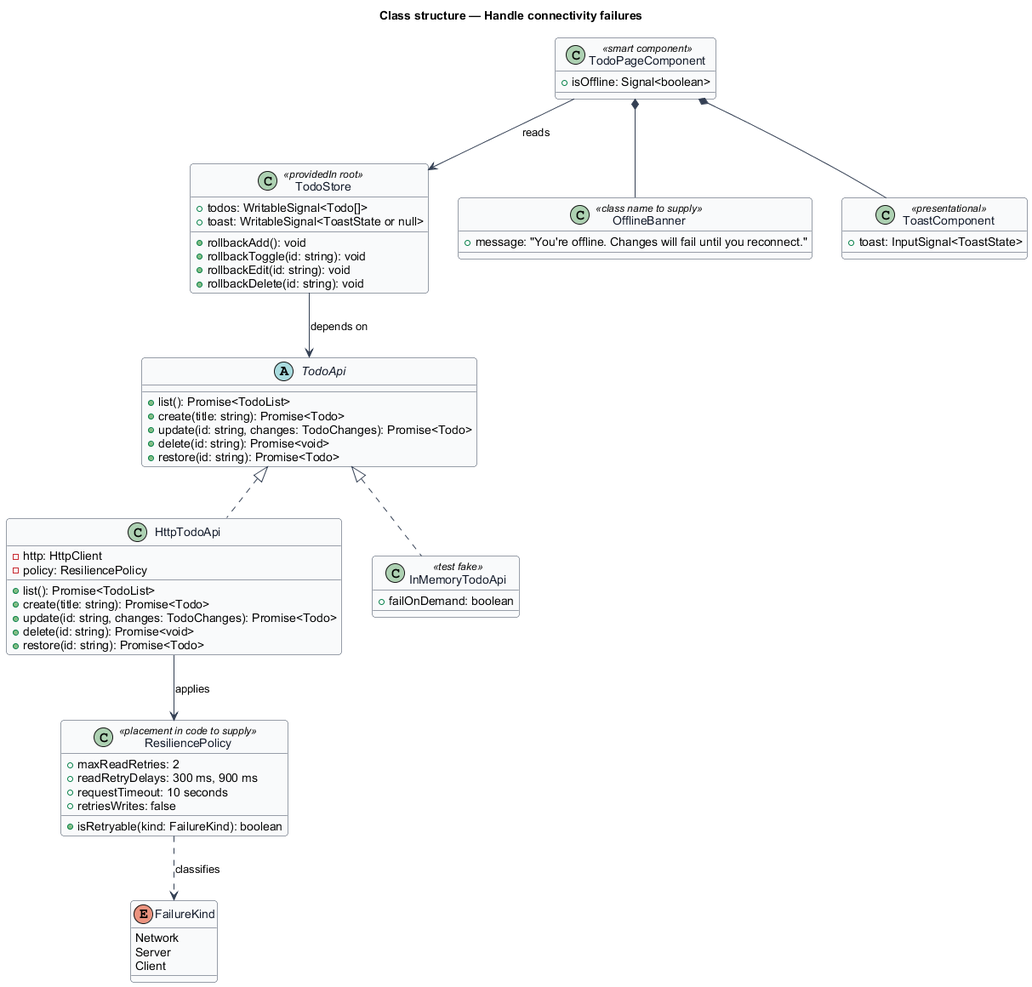
Earlier version of the PlantUML export docs/detailed-designs/interface/handle-connectivity-failures/diagrams/class-structure.png (QuinntyneBrown/php-todo-lab). Source of this version:
```plantuml
@startuml
skinparam backgroundColor #FFFFFF
skinparam shadowing false
skinparam roundcorner 8
skinparam defaultFontName Arial
skinparam ArrowColor #344054
skinparam class {
  BorderColor #344054
  FontColor #101828
  BackgroundColor #F9FAFB
}
title Class structure — Handle connectivity failures

enum FailureKind {
  Network
  Server
  Client
}

class ResiliencePolicy <<placement in code to supply>> {
  +maxReadRetries: 2
  +readRetryDelays: 300 ms, 900 ms
  +requestTimeout: 10 seconds
  +retriesWrites: false
  +isRetryable(kind: FailureKind): boolean
}

abstract class TodoApi {
  +list(): Promise<TodoList>
  +create(title: string): Promise<Todo>
  +update(id: string, changes: TodoChanges): Promise<Todo>
  +delete(id: string): Promise<void>
  +restore(id: string): Promise<Todo>
}

class HttpTodoApi {
  -http: HttpClient
  -policy: ResiliencePolicy
  +list(): Promise<TodoList>
  +create(title: string): Promise<Todo>
  +update(id: string, changes: TodoChanges): Promise<Todo>
  +delete(id: string): Promise<void>
  +restore(id: string): Promise<Todo>
}

class InMemoryTodoApi <<test fake>> {
  +failOnDemand: boolean
}

class TodoStore <<providedIn root>> {
  +todos: WritableSignal<Todo[]>
  +toast: WritableSignal<ToastState or null>
  +rollbackAdd(): void
  +rollbackToggle(id: string): void
  +rollbackEdit(id: string): void
  +rollbackDelete(id: string): void
}

class TodoPageComponent <<smart component>> {
  +isOffline: Signal<boolean>
}

class OfflineBanner <<class name to supply>> {
  +message: "You're offline. Changes will fail until you reconnect."
}

class ToastComponent <<presentational>> {
  +toast: InputSignal<ToastState>
}

TodoApi <|.. HttpTodoApi
TodoApi <|.. InMemoryTodoApi
HttpTodoApi --> ResiliencePolicy : applies
ResiliencePolicy ..> FailureKind : classifies
TodoStore --> TodoApi : depends on
TodoPageComponent --> TodoStore : reads
TodoPageComponent *-- OfflineBanner
TodoPageComponent *-- ToastComponent
@enduml
```
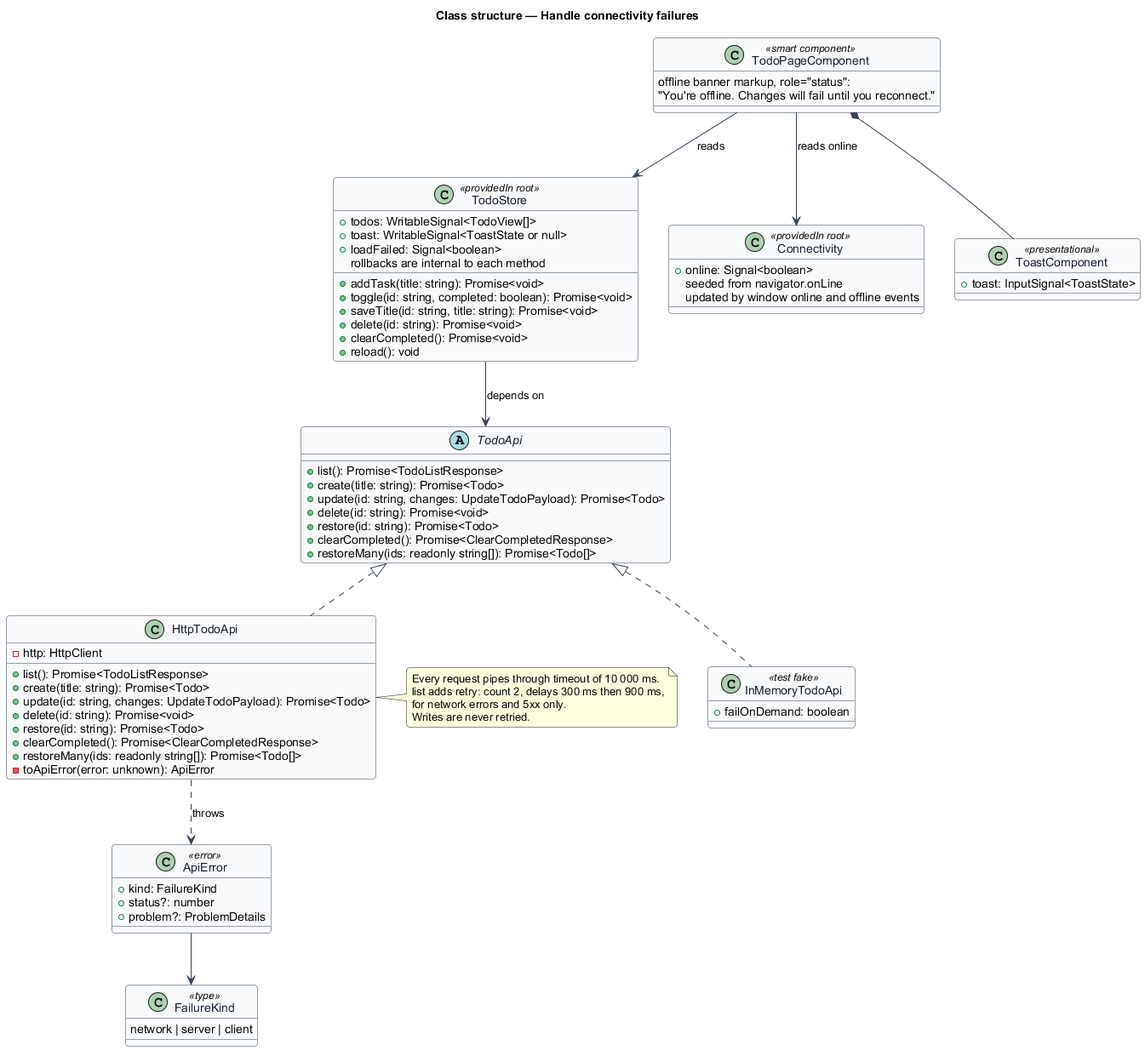
Above is the later version.

What changed in the source:
```diff
@@ -11,36 +11,36 @@
 }
 title Class structure — Handle connectivity failures
 
-enum FailureKind {
-  Network
-  Server
-  Client
+class FailureKind <<type>> {
+  network | server | client
 }
 
-class ResiliencePolicy <<placement in code to supply>> {
-  +maxReadRetries: 2
-  +readRetryDelays: 300 ms, 900 ms
-  +requestTimeout: 10 seconds
-  +retriesWrites: false
-  +isRetryable(kind: FailureKind): boolean
+class ApiError <<error>> {
+  +kind: FailureKind
+  +status?: number
+  +problem?: ProblemDetails
 }
 
 abstract class TodoApi {
-  +list(): Promise<TodoList>
+  +list(): Promise<TodoListResponse>
   +create(title: string): Promise<Todo>
-  +update(id: string, changes: TodoChanges): Promise<Todo>
+  +update(id: string, changes: UpdateTodoPayload): Promise<Todo>
   +delete(id: string): Promise<void>
   +restore(id: string): Promise<Todo>
+  +clearCompleted(): Promise<ClearCompletedResponse>
+  +restoreMany(ids: readonly string[]): Promise<Todo[]>
 }
 
 class HttpTodoApi {
   -http: HttpClient
-  -policy: ResiliencePolicy
-  +list(): Promise<TodoList>
+  +list(): Promise<TodoListResponse>
   +create(title: string): Promise<Todo>
-  +update(id: string, changes: TodoChanges): Promise<Todo>
+  +update(id: string, changes: UpdateTodoPayload): Promise<Todo>
   +delete(id: string): Promise<void>
   +restore(id: string): Promise<Todo>
+  +clearCompleted(): Promise<ClearCompletedResponse>
+  +restoreMany(ids: readonly string[]): Promise<Todo[]>
+  -toApiError(error: unknown): ApiError
 }
 
 class InMemoryTodoApi <<test fake>> {
@@ -48,20 +48,27 @@
 }
 
 class TodoStore <<providedIn root>> {
-  +todos: WritableSignal<Todo[]>
+  +todos: WritableSignal<TodoView[]>
   +toast: WritableSignal<ToastState or null>
-  +rollbackAdd(): void
-  +rollbackToggle(id: string): void
-  +rollbackEdit(id: string): void
-  +rollbackDelete(id: string): void
+  +loadFailed: Signal<boolean>
+  +addTask(title: string): Promise<void>
+  +toggle(id: string, completed: boolean): Promise<void>
+  +saveTitle(id: string, title: string): Promise<void>
+  +delete(id: string): Promise<void>
+  +clearCompleted(): Promise<void>
+  +reload(): void
+  rollbacks are internal to each method
+}
+
+class Connectivity <<providedIn root>> {
+  +online: Signal<boolean>
+  seeded from navigator.onLine
+  updated by window online and offline events
 }
 
 class TodoPageComponent <<smart component>> {
-  +isOffline: Signal<boolean>
-}
-
-class OfflineBanner <<class name to supply>> {
-  +message: "You're offline. Changes will fail until you reconnect."
+  offline banner markup, role="status":
+  "You're offline. Changes will fail until you reconnect."
 }
 
 class ToastComponent <<presentational>> {
@@ -70,10 +77,16 @@
 
 TodoApi <|.. HttpTodoApi
 TodoApi <|.. InMemoryTodoApi
-HttpTodoApi --> ResiliencePolicy : applies
-ResiliencePolicy ..> FailureKind : classifies
+HttpTodoApi ..> ApiError : throws
+note right of HttpTodoApi
+  Every request pipes through timeout of 10 000 ms.
+  list adds retry: count 2, delays 300 ms then 900 ms,
+  for network errors and 5xx only.
+  Writes are never retried.
+end note
+ApiError --> FailureKind
 TodoStore --> TodoApi : depends on
 TodoPageComponent --> TodoStore : reads
-TodoPageComponent *-- OfflineBanner
+TodoPageComponent --> Connectivity : reads online
 TodoPageComponent *-- ToastComponent
 @enduml
```
